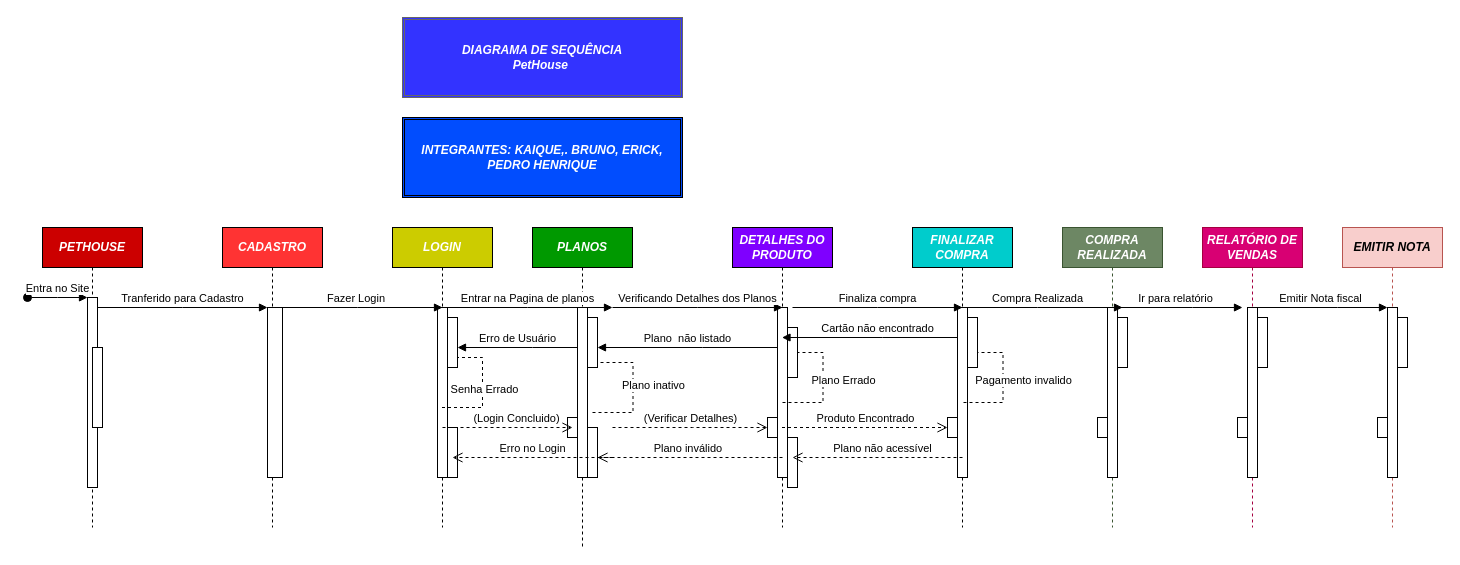
Before: Diagrama sem nome.drawio in kaiquecandido77/TECNINFO, a draw.io diagram. Source tidied: cells renumbered, new cells numbered last; positions are measured from the earlier drawing's top-left corner, leaving out a move shared by most shapes. Both pictures are drawn from the tidied source at 100%, with x=0, y=0 at pixel (27, 17).
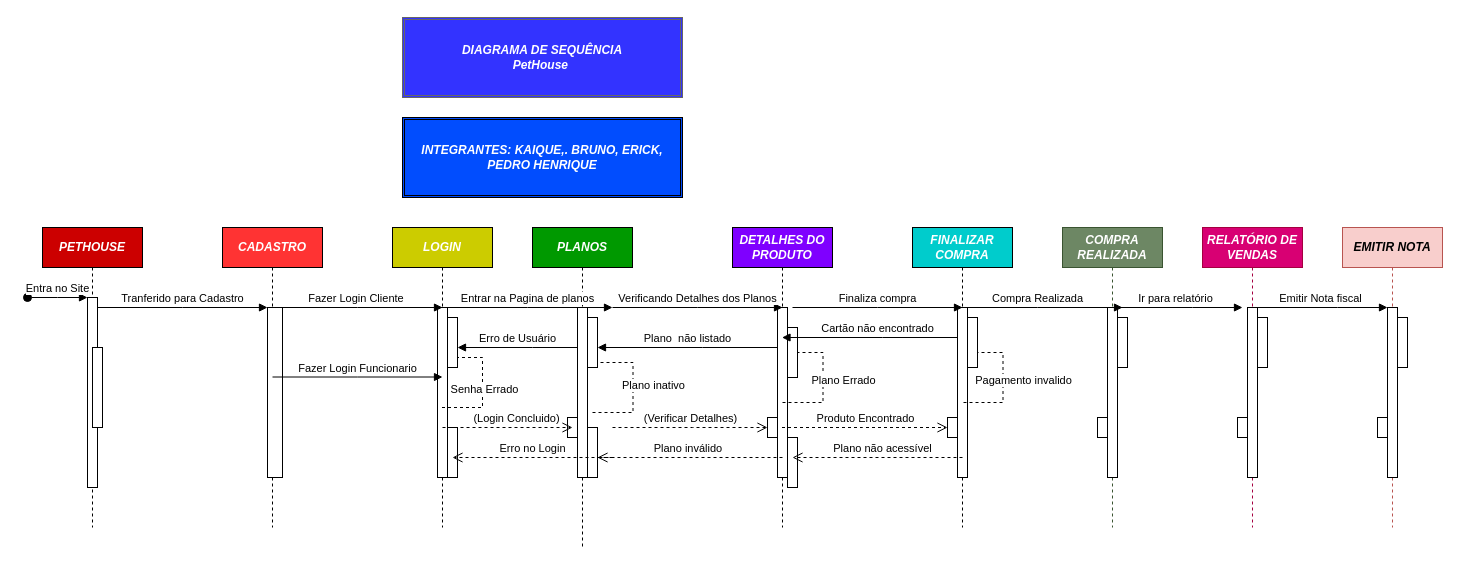
Above is the later version.

The edit, as a diff of the source:
```diff
@@
-    <mxCell id="14" value="Fazer Login&amp;nbsp;" style="html=1;verticalAlign=bottom;endArrow=block;edgeStyle=elbowEdgeStyle;elbow=horizontal;curved=0;rounded=0;" parent="1" edge="1">
+    <mxCell id="14" value="Fazer Login Cliente&amp;nbsp;" style="html=1;verticalAlign=bottom;endArrow=block;edgeStyle=elbowEdgeStyle;elbow=horizontal;curved=0;rounded=0;" parent="1" edge="1">
       <mxGeometry relative="1" as="geometry">
         <mxPoint x="245" y="290" as="sourcePoint" />
         <mxPoint x="415" y="290" as="targetPoint" />
         <Array as="points">
           <mxPoint x="330" y="290" />
         </Array>
       </mxGeometry>
     </mxCell>
@@
+    <mxCell id="66" value="Fazer Login Funcionario" style="html=1;verticalAlign=bottom;endArrow=block;edgeStyle=elbowEdgeStyle;elbow=horizontal;curved=0;rounded=0;" parent="1" edge="1">
+      <mxGeometry relative="1" as="geometry">
+        <mxPoint x="245" y="359.5" as="sourcePoint" />
+        <mxPoint x="415" y="359.5" as="targetPoint" />
+        <Array as="points">
+          <mxPoint x="330" y="359.5" />
+        </Array>
+      </mxGeometry>
+    </mxCell>
```
